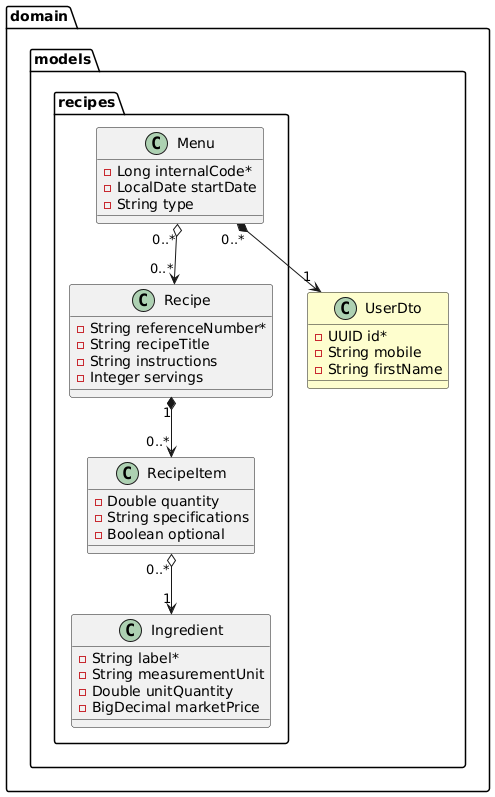
Earlier version of the PlantUML export docs/recipes.png (miw-upm/apaw-practice).
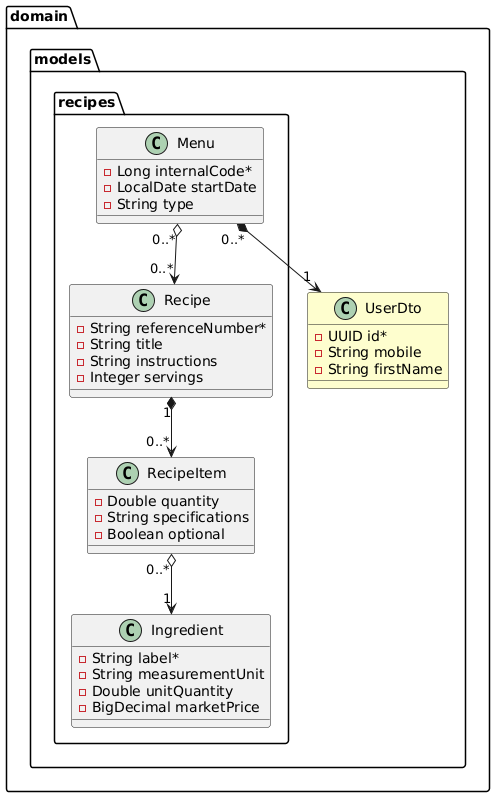
After the change.

Commit message:
changed attribute names #1152

The edit, as a diff of the source:
```diff
@@ -17,7 +17,7 @@
 
     class Recipe {
         - String referenceNumber*
-        - String recipeTitle
+        - String title
         - String instructions
         - Integer servings
     }
```
